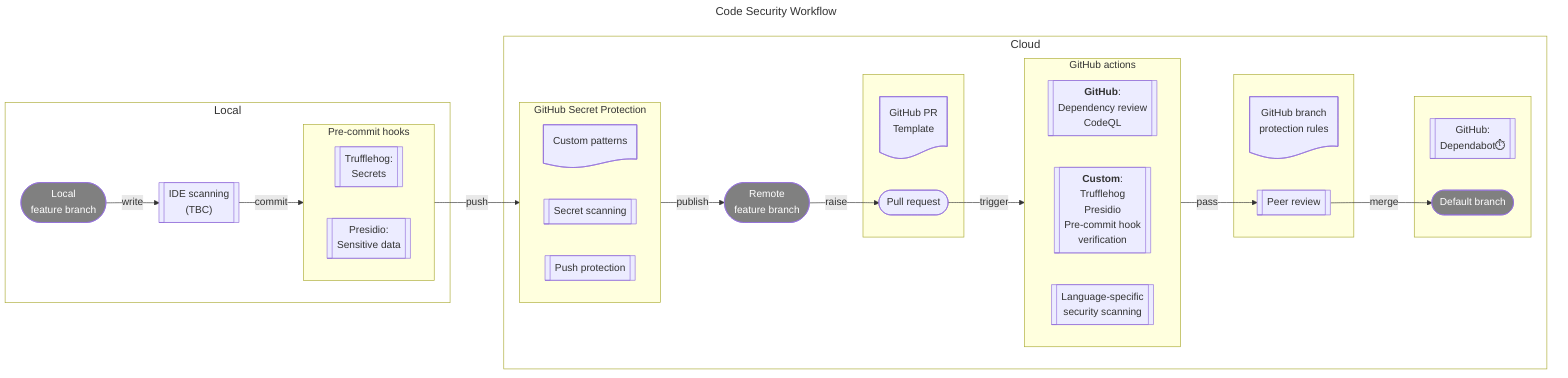
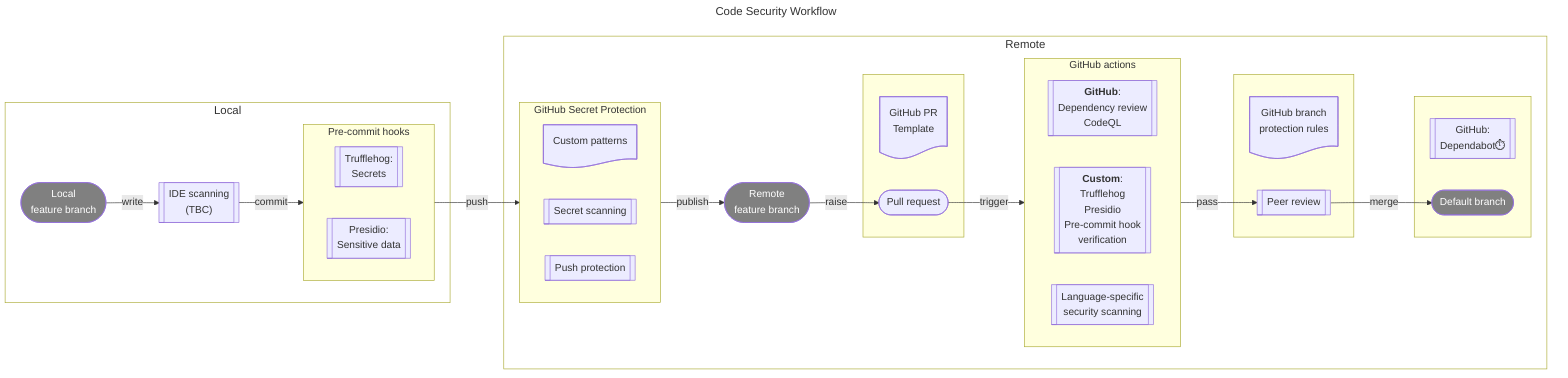
---
title: Code Security Workflow
---
flowchart LR
 subgraph PCH["Pre-commit hooks"]
      direction LR
        C[["Trufflehog: <br> Secrets"]]
        D[["Presidio: <br> Sensitive data"]]
  end
 subgraph GHA["GitHub actions"]
    direction LR
        n4[["`**GitHub**: <br> Dependency review <br> CodeQL`"]]
        n6[["`**Custom**: <br>Trufflehog <br> Presidio <br> Pre-commit hook <br>verification`"]]
        n14[["Language-specific <br>security scanning"]]
  end
 subgraph local["Local"]
        A(["Local <br>feature branch"])
        B[["IDE scanning <br> (TBC)"]]
        PCH

  end
-  subgraph cloud["Cloud"]
+  subgraph remote["Remote"]
        GHS["GHS"]
        n3(["Remote <br> feature branch"])
        s5["s5"]
        GHA
        s6["s6"]
        s7["s7"]
  end
 subgraph s5[" "]
        n15@{ shape: doc, label: "GitHub PR <br>Template"}
        n9(["Pull request"])
  end
 subgraph s6[" "]
        n11@{ shape: doc, label: "GitHub branch <br>protection rules"}
        n10[["Peer review"]]
  end
 subgraph s7[" "]
        n13[["GitHub: <br>Dependabot⏱️"]]
        n12(["Default branch"])
  end
 subgraph GHS["GitHub Secret Protection"]
      direction LR
        custom@{ shape: doc, label: "Custom patterns"}
        n2[["Secret scanning"]]
        push[["Push protection"]]
  end

    A -- write --> B
    B -- commit --> PCH
    PCH -- push --> GHS
    GHS --publish--> n3
    n3 -- raise --> n9
    n9 --trigger--> GHA
    GHA --pass--> n10
    n10 -- merge --> n12

+ 
    classDef BiggerTitle font-size:18px,fill:white;
-     class cloud,local BiggerTitle;
+     class remote,local BiggerTitle;
    classDef Grey fill:grey, color:white;
    class A,n3,n12 Grey;
